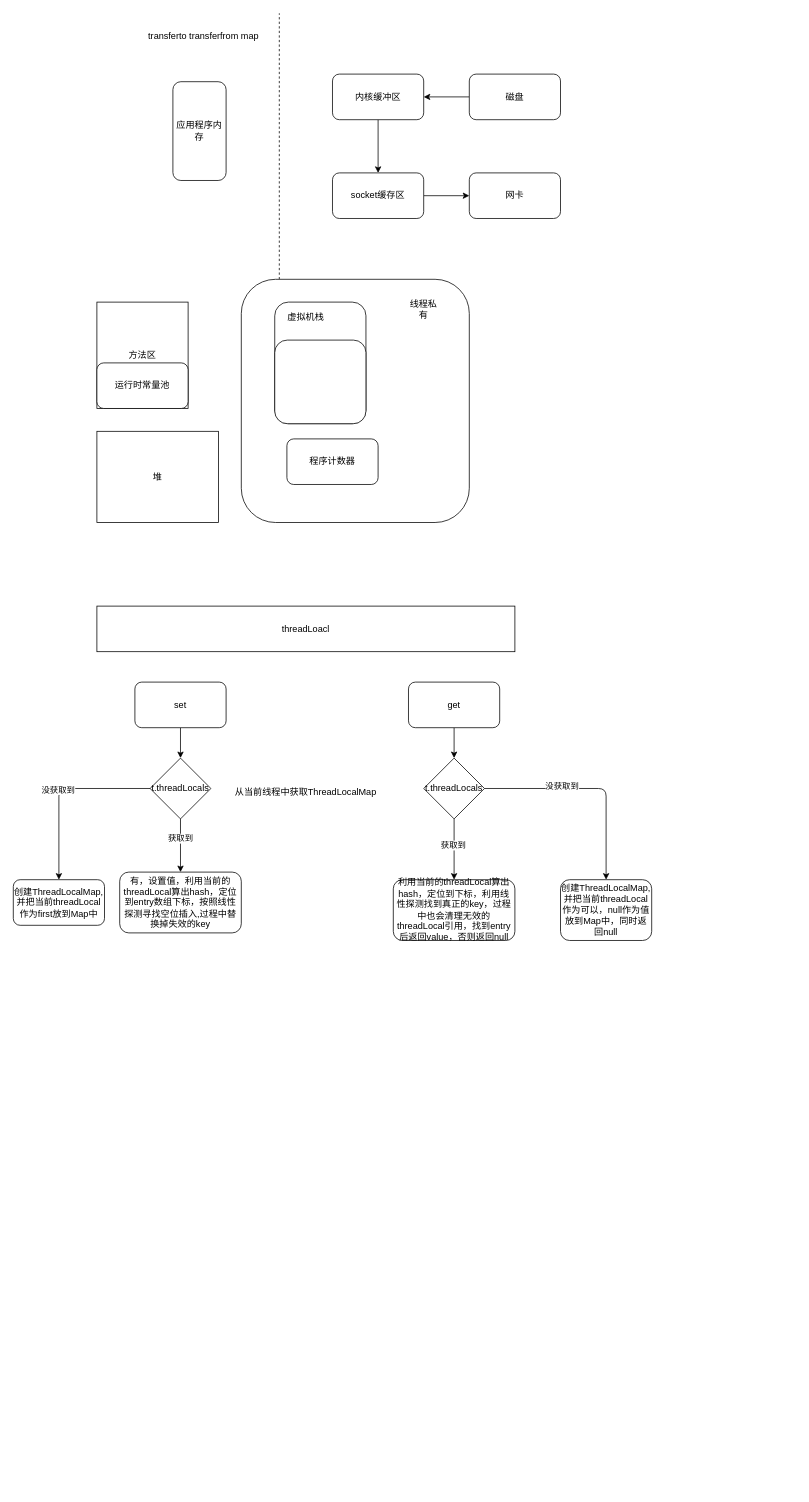
The draw.io diagram fam架构图.drawio in qinhaohao1114/my-draw, before the edit. Source tidied: cells renumbered, new cells numbered last; positions are measured from the earlier drawing's top-left corner, leaving out a move shared by most shapes. Both pictures are drawn from the tidied source at 76%, with x=0, y=0 at pixel (13, 13).
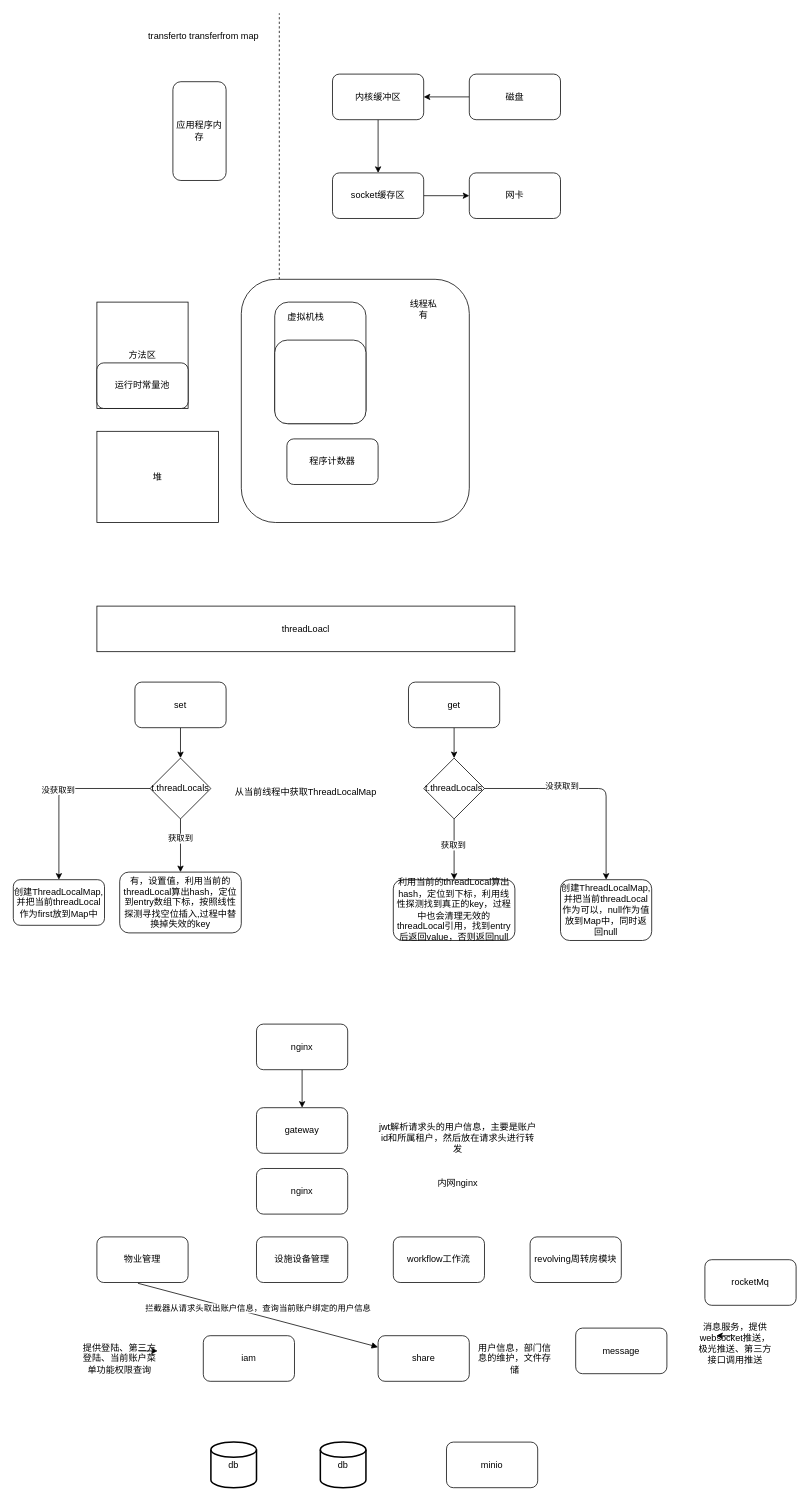
The same page after the edit.

Change to the diagram source:
```diff
@@
+    <mxCell id="41" style="edgeStyle=orthogonalEdgeStyle;rounded=0;jettySize=auto;html=1;" parent="1" edge="1" source="42" target="43">
+      <mxGeometry relative="1" as="geometry" />
+    </mxCell>
+    <mxCell id="42" value="nginx" style="rounded=1;whiteSpace=wrap;html=1;" parent="1" vertex="1">
+      <mxGeometry x="320" y="1330" width="120" height="60" as="geometry" />
+    </mxCell>
+    <mxCell id="43" value="gateway" style="rounded=1;whiteSpace=wrap;html=1;" parent="1" vertex="1">
+      <mxGeometry x="320" y="1440" width="120" height="60" as="geometry" />
+    </mxCell>
+    <mxCell id="44" value="jwt解析请求头的用户信息，主要是账户id和所属租户，然后放在请求头进行转发" style="text;html=1;strokeColor=none;fillColor=none;align=center;verticalAlign=middle;whiteSpace=wrap;rounded=0;" parent="1" vertex="1">
+      <mxGeometry x="480" y="1470" width="210" height="20" as="geometry" />
+    </mxCell>
+    <mxCell id="45" value="物业管理" style="rounded=1;whiteSpace=wrap;html=1;" parent="1" vertex="1">
+      <mxGeometry x="110" y="1610" width="120" height="60" as="geometry" />
+    </mxCell>
+    <mxCell id="46" value="设施设备管理" style="rounded=1;whiteSpace=wrap;html=1;" parent="1" vertex="1">
+      <mxGeometry x="320" y="1610" width="120" height="60" as="geometry" />
+    </mxCell>
+    <mxCell id="47" value="workflow工作流" style="rounded=1;whiteSpace=wrap;html=1;" parent="1" vertex="1">
+      <mxGeometry x="500" y="1610" width="120" height="60" as="geometry" />
+    </mxCell>
+    <mxCell id="48" value="revolving周转房模块" style="rounded=1;whiteSpace=wrap;html=1;" parent="1" vertex="1">
+      <mxGeometry x="680" y="1610" width="120" height="60" as="geometry" />
+    </mxCell>
+    <mxCell id="49" value="iam" style="rounded=1;whiteSpace=wrap;html=1;" parent="1" vertex="1">
+      <mxGeometry x="250" y="1740" width="120" height="60" as="geometry" />
+    </mxCell>
+    <mxCell id="50" value="share" style="rounded=1;whiteSpace=wrap;html=1;" parent="1" vertex="1">
+      <mxGeometry x="480" y="1740" width="120" height="60" as="geometry" />
+    </mxCell>
+    <mxCell id="51" value="nginx" style="rounded=1;whiteSpace=wrap;html=1;" parent="1" vertex="1">
+      <mxGeometry x="320" y="1520" width="120" height="60" as="geometry" />
+    </mxCell>
+    <mxCell id="52" value="内网nginx" style="text;html=1;strokeColor=none;fillColor=none;align=center;verticalAlign=middle;whiteSpace=wrap;rounded=0;" parent="1" vertex="1">
+      <mxGeometry x="540" y="1530" width="90" height="20" as="geometry" />
+    </mxCell>
+    <mxCell id="53" value="提供登陆、第三方登陆、当前账户菜单功能权限查询" style="text;html=1;strokeColor=none;fillColor=none;align=center;verticalAlign=middle;whiteSpace=wrap;rounded=0;" parent="1" vertex="1">
+      <mxGeometry x="90" y="1760" width="100" height="20" as="geometry" />
+    </mxCell>
+    <mxCell id="54" value="用户信息，部门信息的维护，文件存储" style="text;html=1;strokeColor=none;fillColor=none;align=center;verticalAlign=middle;whiteSpace=wrap;rounded=0;" parent="1" vertex="1">
+      <mxGeometry x="610" y="1760" width="100" height="20" as="geometry" />
+    </mxCell>
+    <mxCell id="55" value="拦截器从请求头取出账户信息，查询当前账户绑定的用户信息" style="html=1;verticalAlign=bottom;endArrow=block;entryX=0;entryY=0.25;entryDx=0;entryDy=0;exitX=0.45;exitY=1.017;exitDx=0;exitDy=0;exitPerimeter=0;" parent="1" edge="1" source="45" target="50">
+      <mxGeometry relative="1" as="geometry" />
+    </mxCell>
+    <mxCell id="56" value="db" style="strokeWidth=2;html=1;shape=mxgraph.flowchart.database;whiteSpace=wrap;" parent="1" vertex="1">
+      <mxGeometry x="260" y="1880" width="60" height="60" as="geometry" />
+    </mxCell>
+    <mxCell id="57" value="db" style="strokeWidth=2;html=1;shape=mxgraph.flowchart.database;whiteSpace=wrap;" parent="1" vertex="1">
+      <mxGeometry x="404" y="1880" width="60" height="60" as="geometry" />
+    </mxCell>
+    <mxCell id="58" value="message" style="rounded=1;whiteSpace=wrap;html=1;" parent="1" vertex="1">
+      <mxGeometry x="740" y="1730" width="120" height="60" as="geometry" />
+    </mxCell>
+    <mxCell id="59" value="消息服务，提供websocket推送，极光推送、第三方接口调用推送" style="text;html=1;strokeColor=none;fillColor=none;align=center;verticalAlign=middle;whiteSpace=wrap;rounded=0;" parent="1" vertex="1">
+      <mxGeometry x="900" y="1740" width="100" height="20" as="geometry" />
+    </mxCell>
+    <mxCell id="60" value="rocketMq" style="rounded=1;whiteSpace=wrap;html=1;" parent="1" vertex="1">
+      <mxGeometry x="910" y="1640" width="120" height="60" as="geometry" />
+    </mxCell>
+    <mxCell id="61" value="minio" style="rounded=1;whiteSpace=wrap;html=1;" parent="1" vertex="1">
+      <mxGeometry x="570" y="1880" width="120" height="60" as="geometry" />
+    </mxCell>
+    <mxCell id="62" style="edgeStyle=orthogonalEdgeStyle;rounded=0;orthogonalLoop=1;jettySize=auto;html=1;exitX=0.5;exitY=0;exitDx=0;exitDy=0;entryX=0.25;entryY=0;entryDx=0;entryDy=0;" parent="1" edge="1" source="59" target="59">
+      <mxGeometry relative="1" as="geometry" />
+    </mxCell>
+    <mxCell id="63" style="edgeStyle=orthogonalEdgeStyle;rounded=0;orthogonalLoop=1;jettySize=auto;html=1;exitX=0.75;exitY=0;exitDx=0;exitDy=0;entryX=1;entryY=0;entryDx=0;entryDy=0;" parent="1" edge="1" source="53" target="53">
+      <mxGeometry relative="1" as="geometry" />
+    </mxCell>
```
